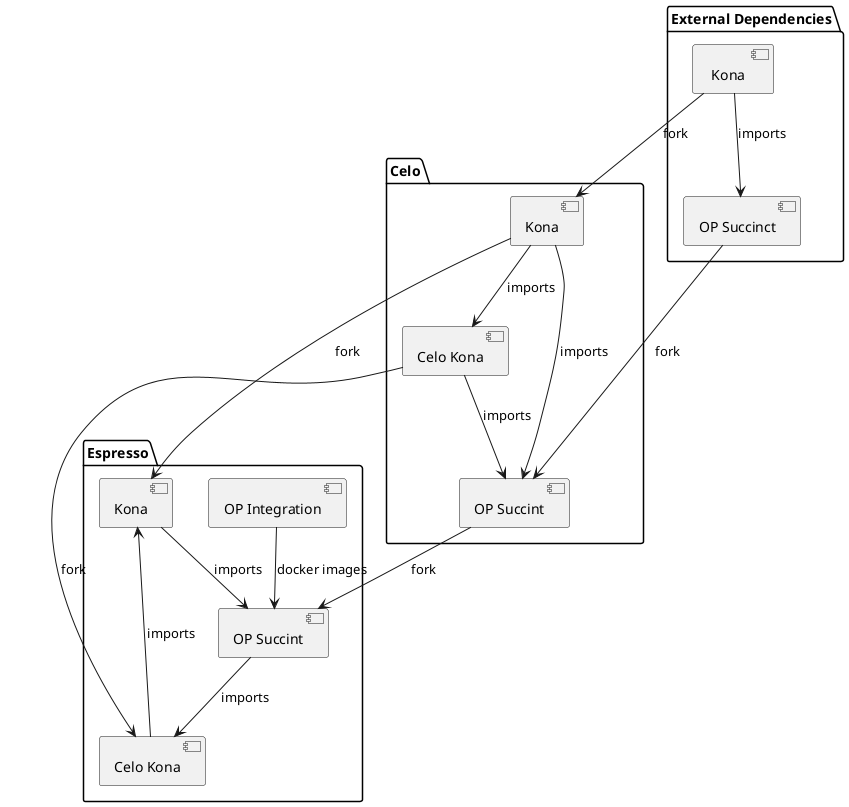
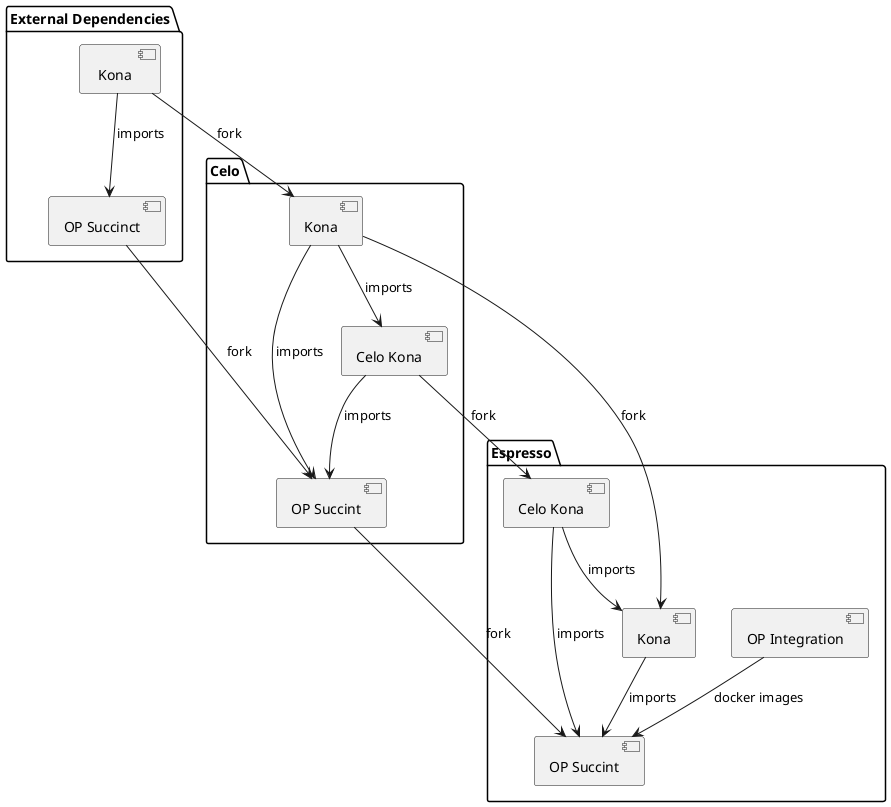
@startuml

package "External Dependencies" {
  [ Kona ] as KonaExternal
  [OP Succinct] as OPSuccintExternal
}

package "Celo" {
  [Kona] as KonaCelo
  [Celo Kona] as CeloKonaCelo
  [OP Succint] as OPSuccintCelo
}

package "Espresso" {
  [Kona] as KonaEspresso
  [Celo Kona] as CeloKonaEspresso
  [OP Succint] as OPSuccintEspresso
  [OP Integration] as OpIntegration
}


-  KonaCelo--> CeloKonaCelo: imports
+ KonaCelo--> CeloKonaCelo: imports

-  CeloKonaCelo--> OPSuccintCelo : imports
-  KonaExternal--> OPSuccintExternal : imports
+ CeloKonaCelo--> OPSuccintCelo : imports
+ KonaExternal--> OPSuccintExternal : imports
KonaCelo  --> OPSuccintCelo: imports

KonaExternal --> KonaCelo: fork
OPSuccintExternal --> OPSuccintCelo: fork
KonaCelo --> KonaEspresso: fork
CeloKonaCelo --> CeloKonaEspresso: fork
OPSuccintCelo --> OPSuccintEspresso: fork

OpIntegration --> OPSuccintEspresso : docker images
CeloKonaEspresso  --> KonaEspresso: imports
- OPSuccintEspresso --> CeloKonaEspresso: imports
+ CeloKonaEspresso  --> OPSuccintEspresso : imports
KonaEspresso --> OPSuccintEspresso : imports


@enduml
